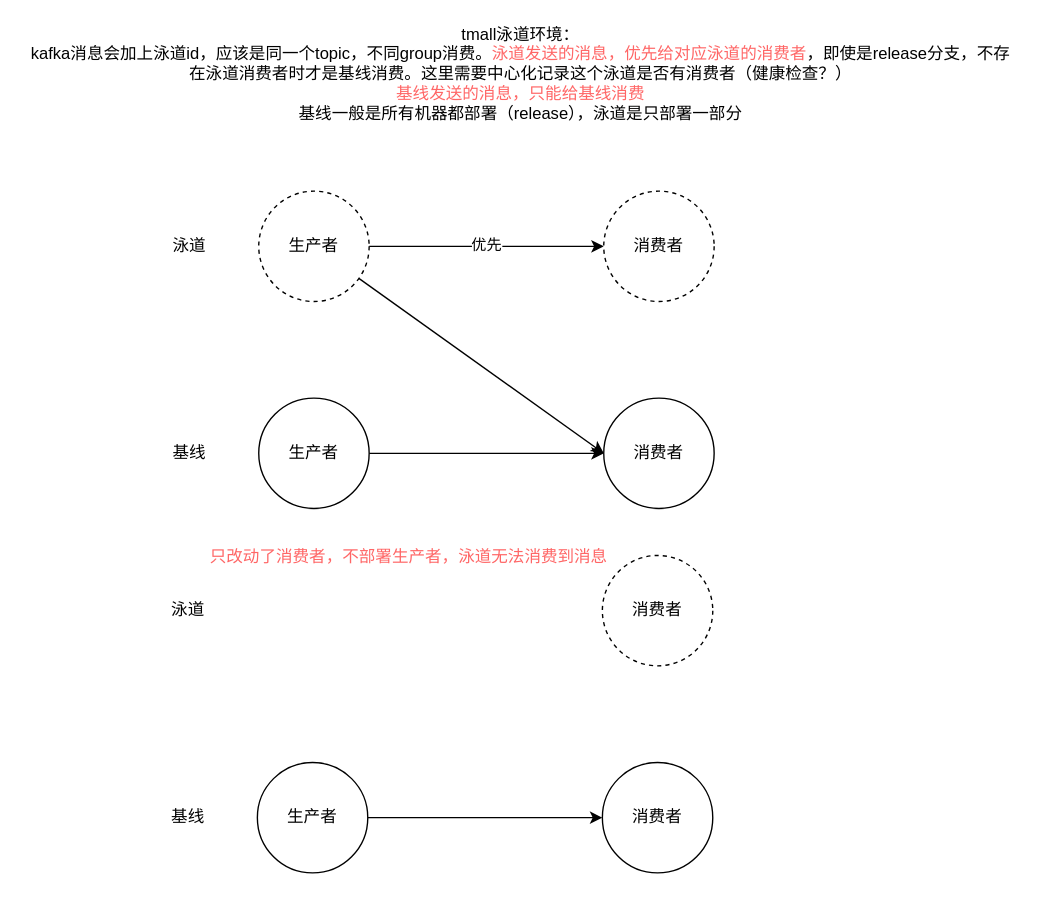
Above: kafka泳道.drawio in jessin20161124/javase1 (draw.io), before the change. Source tidied: cells renumbered, new cells numbered last; positions are measured from the earlier drawing's top-left corner, leaving out a move shared by most shapes. Both pictures are drawn from the tidied source at 138%, with x=0, y=0 at pixel (23, 25).
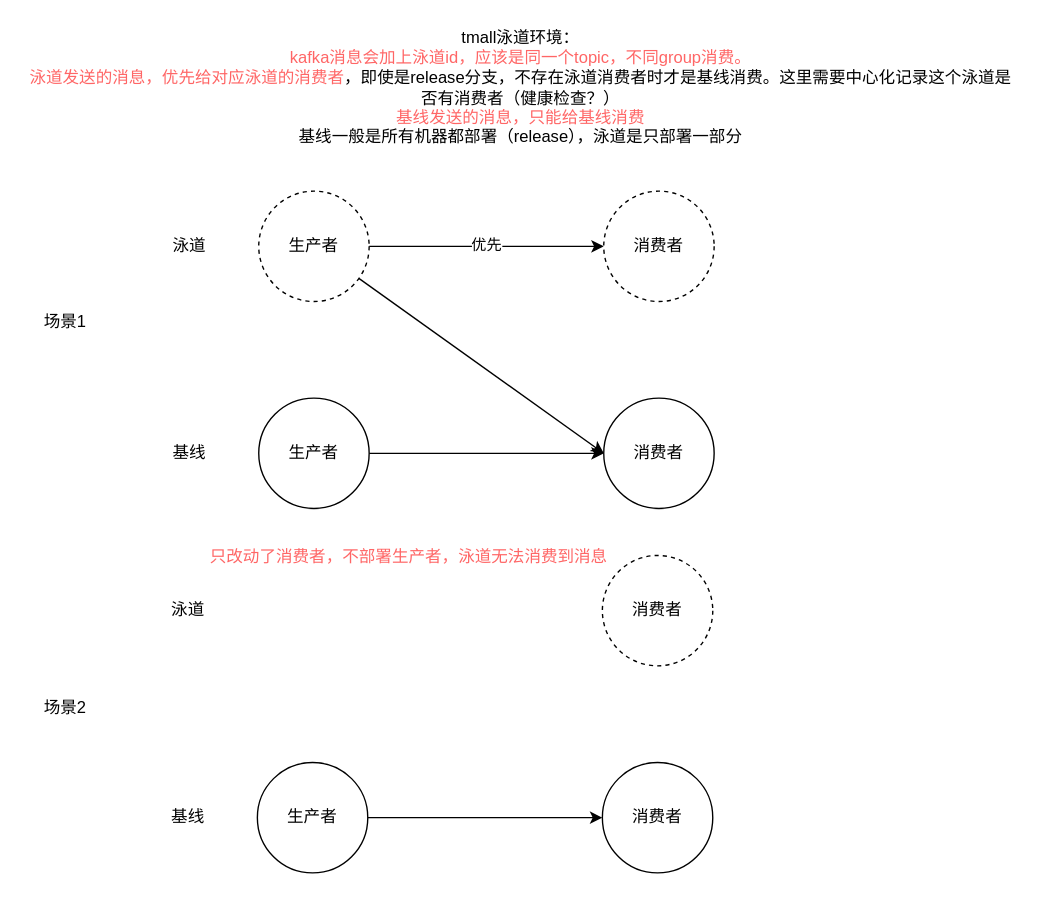
The same page after the edit.

Change to the diagram source:
```diff
@@
-    <mxCell id="14" value="tmall泳道环境：&lt;br&gt;kafka消息会加上泳道id，应该是同一个topic，不同group消费。&lt;font color=&quot;#ff6666&quot;&gt;泳道发送的消息，优先给对应泳道的消费者&lt;/font&gt;，即使是release分支，不存在泳道消费者时才是基线消费。这里需要中心化记录这个泳道是否有消费者（健康检查？）&lt;br&gt;&lt;font color=&quot;#ff6666&quot;&gt;基线发送的消息，只能给基线消费&lt;br&gt;&lt;/font&gt;基线一般是所有机器都部署（release），泳道是只部署一部分" style="text;html=1;strokeColor=none;fillColor=none;align=center;verticalAlign=middle;whiteSpace=wrap;rounded=0;" parent="1" vertex="1">
-      <mxGeometry width="720" height="70" as="geometry" />
+    <mxCell id="14" value="tmall泳道环境：&lt;br&gt;&lt;font color=&quot;#ff6666&quot;&gt;kafka消息会加上泳道id，应该是同一个topic，不同group消费。&lt;br&gt;泳道发送的消息，优先给对应泳道的消费者&lt;/font&gt;，即使是release分支，不存在泳道消费者时才是基线消费。这里需要中心化记录这个泳道是否有消费者（健康检查？）&lt;br&gt;&lt;font color=&quot;#ff6666&quot;&gt;基线发送的消息，只能给基线消费&lt;br&gt;&lt;/font&gt;基线一般是所有机器都部署（release），泳道是只部署一部分" style="text;html=1;strokeColor=none;fillColor=none;align=center;verticalAlign=middle;whiteSpace=wrap;rounded=0;" parent="1" vertex="1">
+      <mxGeometry width="720" height="90" as="geometry" />
     </mxCell>
@@
+    <mxCell id="27" value="场景1" style="text;html=1;strokeColor=none;fillColor=none;align=center;verticalAlign=middle;whiteSpace=wrap;rounded=0;" parent="1" vertex="1">
+      <mxGeometry y="200" width="60" height="30" as="geometry" />
+    </mxCell>
+    <mxCell id="28" value="场景2" style="text;html=1;strokeColor=none;fillColor=none;align=center;verticalAlign=middle;whiteSpace=wrap;rounded=0;" parent="1" vertex="1">
+      <mxGeometry y="480" width="60" height="30" as="geometry" />
+    </mxCell>
```
